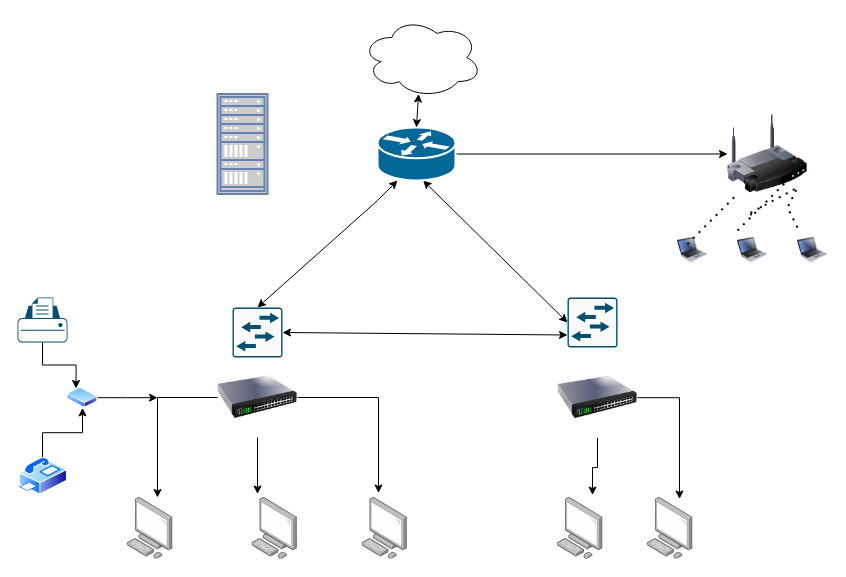
The draw.io diagram Untitled Diagram.drawio in wbxsxu168/drawio, before the edit. Source tidied: cells renumbered, new cells numbered last; positions are measured from the earlier drawing's top-left corner, leaving out a move shared by most shapes. Both pictures are drawn from the tidied source at 100%, with x=0, y=0 at pixel (17, 17).
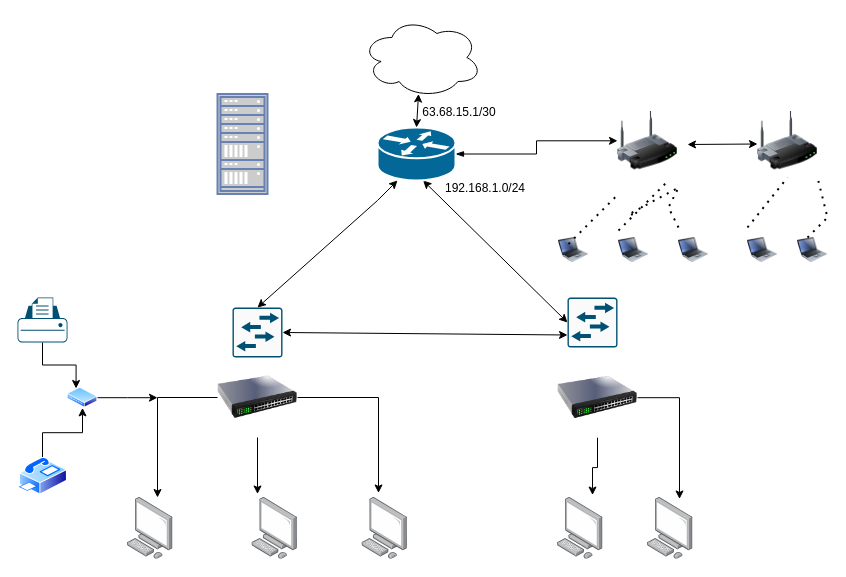
The same page after the edit.

The change refers to these unchanged cells:
```xml
<mxCell id="13" style="shape=mxgraph.cisco.routers.router;html=1;dashed=0;fillColor=#036897;strokeColor=#ffffff;strokeWidth=2;verticalLabelPosition=bottom;verticalAlign=top;align=center;outlineConnect=0;" parent="1" vertex="1">
  <mxGeometry x="360" y="110" width="78" height="53" as="geometry" />
</mxCell>
```

Change to the diagram source:
```diff
@@
     <mxCell id="6" style="image;html=1;image=img/lib/clip_art/networking/Wireless_Router_128x128.png;" parent="1" vertex="1">
-      <mxGeometry x="710" y="96.5" width="80" height="80" as="geometry" />
+      <mxGeometry x="600" y="86.5" width="60" height="73.5" as="geometry" />
     </mxCell>
@@
-    <mxCell id="12" style="edgeStyle=orthogonalEdgeStyle;rounded=0;jettySize=auto;html=1;exitX=1;exitY=0.5;exitDx=0;exitDy=0;exitPerimeter=0;" parent="1" edge="1" source="13" target="6">
+    <mxCell id="12" style="edgeStyle=orthogonalEdgeStyle;rounded=0;jettySize=auto;html=1;exitX=1;exitY=0.5;exitDx=0;exitDy=0;exitPerimeter=0;startArrow=blockThin;startFill=1;" parent="1" edge="1" source="13" target="6">
       <mxGeometry relative="1" as="geometry" />
     </mxCell>
@@
     <mxCell id="25" style="image;html=1;image=img/lib/clip_art/computers/Laptop_128x128.png;" parent="1" vertex="1">
-      <mxGeometry x="660" y="210" width="30" height="45" as="geometry" />
+      <mxGeometry x="541" y="210" width="30" height="45" as="geometry" />
     </mxCell>
@@
     <mxCell id="32" style="image;html=1;image=img/lib/clip_art/computers/Laptop_128x128.png;" parent="1" vertex="1">
-      <mxGeometry x="720" y="210" width="30" height="45" as="geometry" />
+      <mxGeometry x="601" y="210" width="30" height="45" as="geometry" />
     </mxCell>
     <mxCell id="33" style="image;html=1;image=img/lib/clip_art/computers/Laptop_128x128.png;" parent="1" vertex="1">
-      <mxGeometry x="780" y="210" width="30" height="45" as="geometry" />
+      <mxGeometry x="661" y="210" width="30" height="45" as="geometry" />
     </mxCell>
     <mxCell id="34" style="endArrow=none;dashed=1;html=1;dashPattern=1 3;strokeWidth=2;rounded=0;" parent="1" edge="1">
       <mxGeometry relative="1" as="geometry">
-        <mxPoint x="670" y="226.5" as="sourcePoint" />
-        <mxPoint x="720" y="176.5" as="targetPoint" />
+        <mxPoint x="551" y="226.5" as="sourcePoint" />
+        <mxPoint x="601" y="176.5" as="targetPoint" />
       </mxGeometry>
     </mxCell>
     <mxCell id="35" style="endArrow=none;dashed=1;html=1;dashPattern=1 3;strokeWidth=2;rounded=0;" parent="1" edge="1">
       <mxGeometry relative="1" as="geometry">
-        <mxPoint x="720" y="213" as="sourcePoint" />
-        <mxPoint x="770" y="163" as="targetPoint" />
+        <mxPoint x="601" y="213" as="sourcePoint" />
+        <mxPoint x="651" y="163" as="targetPoint" />
       </mxGeometry>
     </mxCell>
     <mxCell id="36" style="endArrow=none;dashed=1;html=1;dashPattern=1 3;strokeWidth=2;rounded=0;exitX=0;exitY=0;exitDx=0;exitDy=0;" parent="1" edge="1" source="33">
       <mxGeometry relative="1" as="geometry">
-        <mxPoint x="740" y="196.5" as="targetPoint" />
+        <mxPoint x="621" y="196.5" as="targetPoint" />
         <Array as="points">
-          <mxPoint x="770" y="190" />
-          <mxPoint x="780" y="170" />
-          <mxPoint x="730" y="197" />
+          <mxPoint x="651" y="190" />
+          <mxPoint x="661" y="170" />
+          <mxPoint x="611" y="197" />
         </Array>
       </mxGeometry>
     </mxCell>
+    <mxCell id="37" value="192.168.1.0/24&lt;div&gt;&lt;br&gt;&lt;/div&gt;" style="text;html=1;align=center;verticalAlign=middle;whiteSpace=wrap;rounded=0;" parent="1" vertex="1">
+      <mxGeometry x="438" y="163" width="60" height="30" as="geometry" />
+    </mxCell>
+    <mxCell id="38" value="63.68.15.1/30" style="text;html=1;align=center;verticalAlign=middle;whiteSpace=wrap;rounded=0;" parent="1" vertex="1">
+      <mxGeometry x="404.4" y="80" width="75.6" height="30" as="geometry" />
+    </mxCell>
+    <mxCell id="39" style="image;html=1;image=img/lib/clip_art/networking/Wireless_Router_128x128.png;" parent="1" vertex="1">
+      <mxGeometry x="740" y="86.5" width="60" height="73.5" as="geometry" />
+    </mxCell>
+    <mxCell id="40" style="endArrow=classic;startArrow=classic;html=1;rounded=0;" parent="1" edge="1">
+      <mxGeometry relative="1" as="geometry">
+        <mxPoint x="670" y="127" as="sourcePoint" />
+        <mxPoint x="740" y="126.5" as="targetPoint" />
+      </mxGeometry>
+    </mxCell>
+    <mxCell id="41" style="image;html=1;image=img/lib/clip_art/computers/Laptop_128x128.png;" parent="1" vertex="1">
+      <mxGeometry x="780" y="210" width="30" height="45" as="geometry" />
+    </mxCell>
+    <mxCell id="42" style="image;html=1;image=img/lib/clip_art/computers/Laptop_128x128.png;" parent="1" vertex="1">
+      <mxGeometry x="730" y="210" width="30" height="45" as="geometry" />
+    </mxCell>
+    <mxCell id="43" style="endArrow=none;dashed=1;html=1;dashPattern=1 3;strokeWidth=2;rounded=0;exitX=0;exitY=0;exitDx=0;exitDy=0;" parent="1" edge="1" source="42">
+      <mxGeometry relative="1" as="geometry">
+        <mxPoint x="770" y="160" as="targetPoint" />
+      </mxGeometry>
+    </mxCell>
+    <mxCell id="44" style="endArrow=none;dashed=1;html=1;dashPattern=1 3;strokeWidth=2;rounded=0;entryX=1;entryY=1;entryDx=0;entryDy=0;" parent="1" edge="1" target="39">
+      <mxGeometry relative="1" as="geometry">
+        <mxPoint x="790" y="220" as="sourcePoint" />
+        <Array as="points">
+          <mxPoint x="810" y="200" />
+        </Array>
+      </mxGeometry>
+    </mxCell>
```
